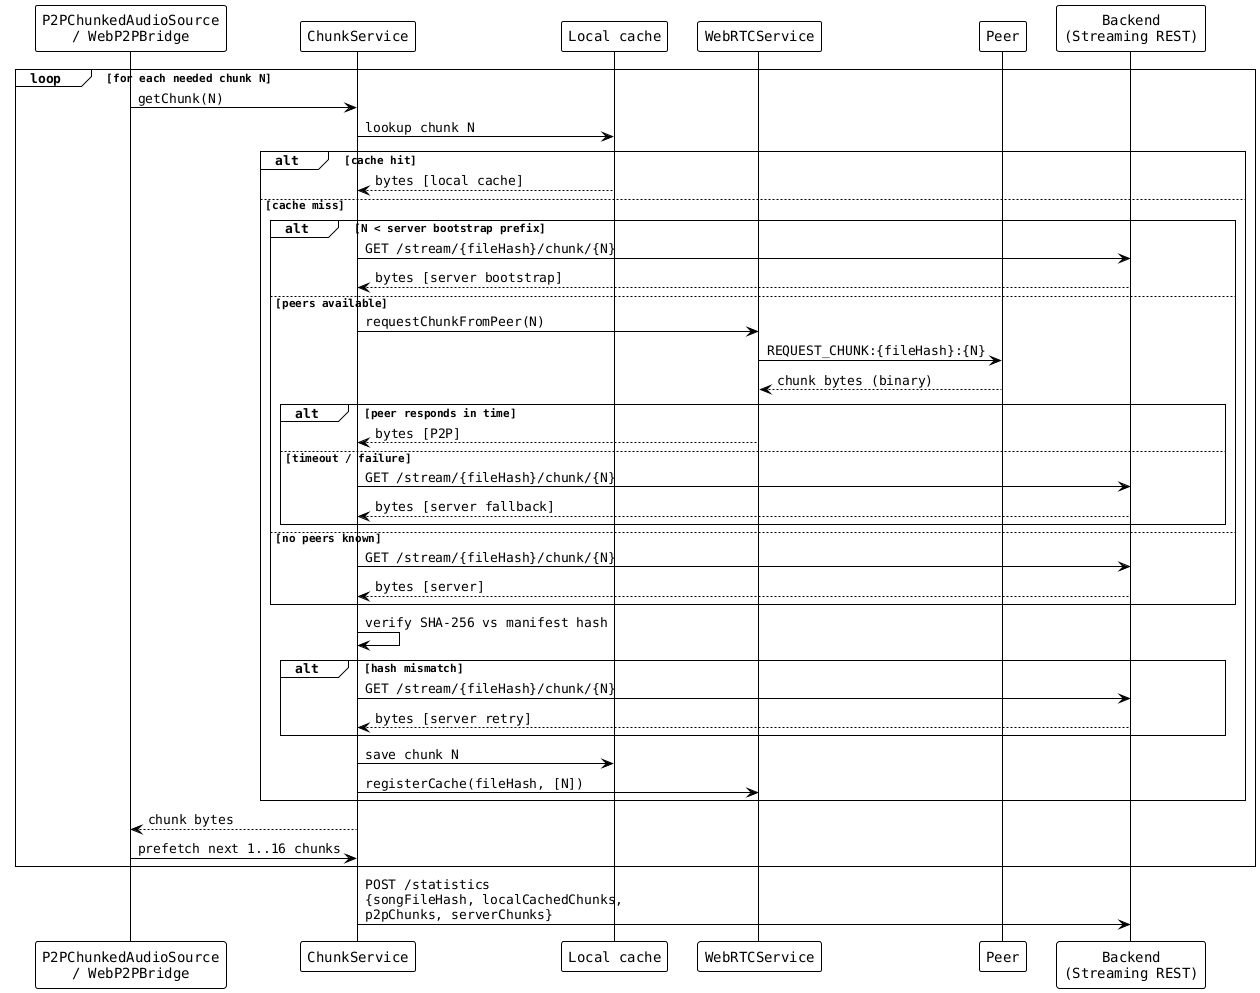
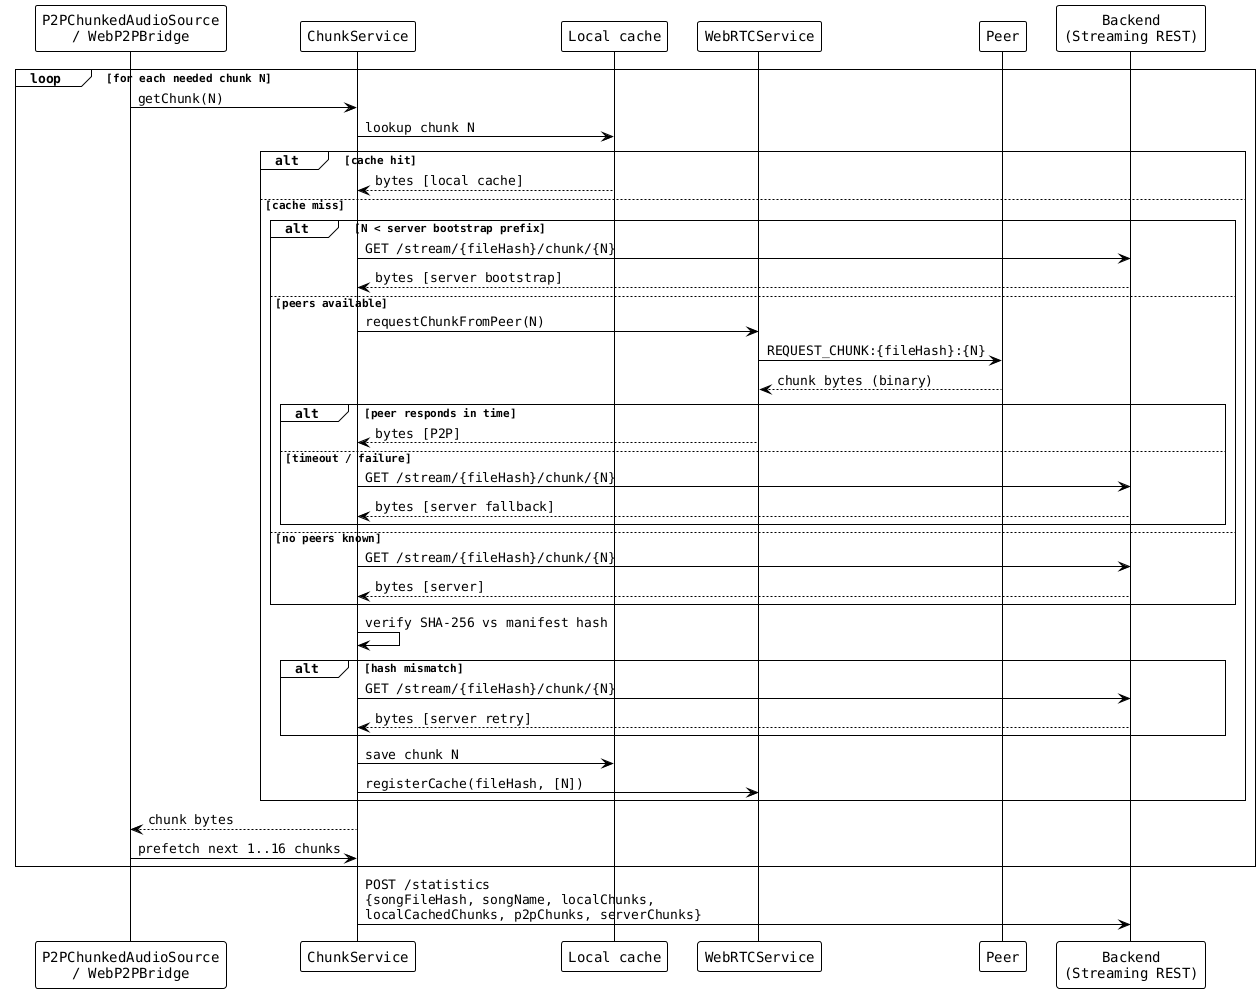
@startuml flow_press_play_chunk
!theme plain
skinparam defaultFontName monospaced

participant "P2PChunkedAudioSource\n/ WebP2PBridge" as chunkPath
participant "ChunkService" as chunkSvc
participant "Local cache" as cache
participant "WebRTCService" as webrtc
participant "Peer" as peer
participant "Backend\n(Streaming REST)" as streamServer

loop for each needed chunk N
  chunkPath -> chunkSvc: getChunk(N)
  chunkSvc -> cache: lookup chunk N

  alt cache hit
    cache --> chunkSvc: bytes [local cache]

  else cache miss
    alt N < server bootstrap prefix
      chunkSvc -> streamServer: GET /stream/{fileHash}/chunk/{N}
      streamServer --> chunkSvc: bytes [server bootstrap]

    else peers available
      chunkSvc -> webrtc: requestChunkFromPeer(N)
      webrtc -> peer: REQUEST_CHUNK:{fileHash}:{N}
      peer --> webrtc: chunk bytes (binary)
      alt peer responds in time
        webrtc --> chunkSvc: bytes [P2P]
      else timeout / failure
        chunkSvc -> streamServer: GET /stream/{fileHash}/chunk/{N}
        streamServer --> chunkSvc: bytes [server fallback]
      end

    else no peers known
      chunkSvc -> streamServer: GET /stream/{fileHash}/chunk/{N}
      streamServer --> chunkSvc: bytes [server]
    end

    chunkSvc -> chunkSvc: verify SHA-256 vs manifest hash
    alt hash mismatch
      chunkSvc -> streamServer: GET /stream/{fileHash}/chunk/{N}
      streamServer --> chunkSvc: bytes [server retry]
    end

    chunkSvc -> cache: save chunk N
    chunkSvc -> webrtc: registerCache(fileHash, [N])
  end

  chunkSvc --> chunkPath: chunk bytes
  chunkPath -> chunkSvc: prefetch next 1..16 chunks
end

- chunkSvc -> streamServer: POST /statistics\n{songFileHash, localCachedChunks,\np2pChunks, serverChunks}
+ chunkSvc -> streamServer: POST /statistics\n{songFileHash, songName, localChunks,\nlocalCachedChunks, p2pChunks, serverChunks}

@enduml
